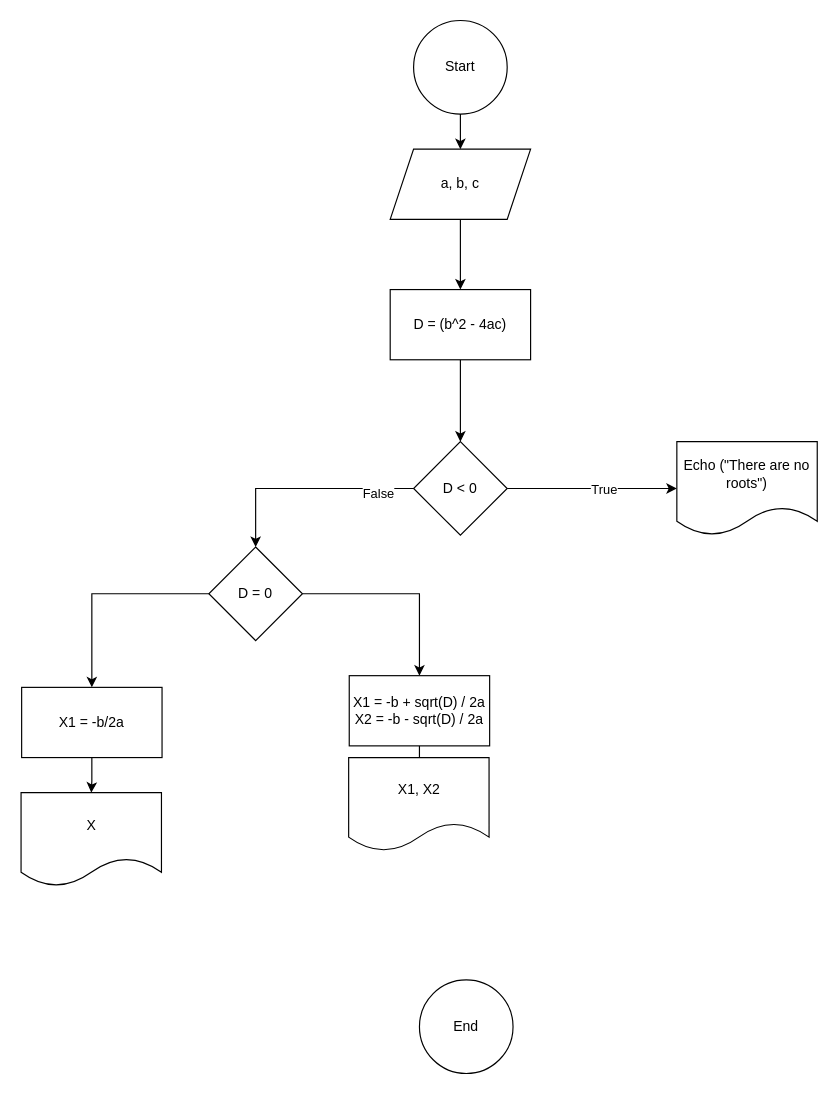
The draw.io diagram 5 Quadratic equation.drawio in uthmanigbin/university-work, before the edit. Source tidied: cells renumbered, new cells numbered last; positions are measured from the earlier drawing's top-left corner, leaving out a move shared by most shapes. Both pictures are drawn from the tidied source at 117%, with x=0, y=0 at pixel (20, 20).
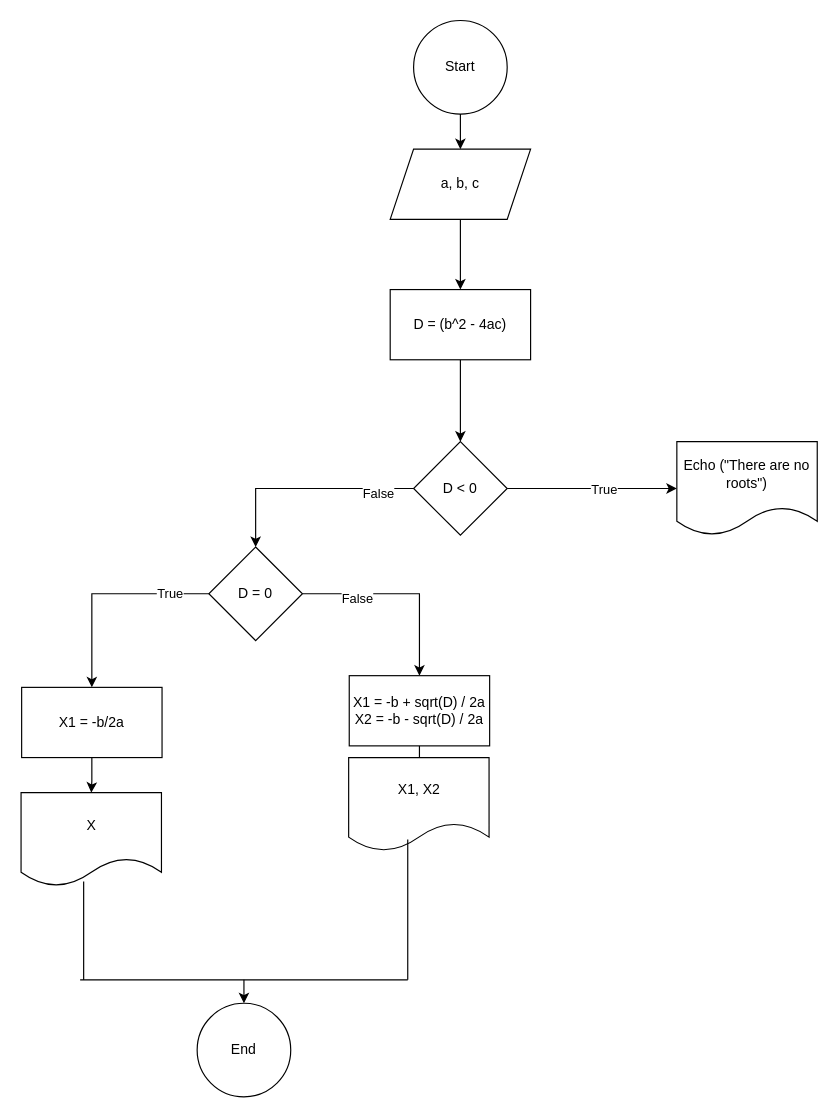
The same diagram, later.

The change refers to these unchanged cells:
```xml
<mxCell id="15" style="edgeStyle=orthogonalEdgeStyle;rounded=0;jettySize=auto;html=1;exitX=0;exitY=0.5;exitDx=0;exitDy=0;" parent="1" edge="1" source="17" target="19">
  <mxGeometry relative="1" as="geometry" />
</mxCell>
<mxCell id="16" style="edgeStyle=orthogonalEdgeStyle;rounded=0;jettySize=auto;html=1;exitX=1;exitY=0.5;exitDx=0;exitDy=0;" parent="1" edge="1" source="17" target="22">
  <mxGeometry relative="1" as="geometry" />
</mxCell>
<mxCell id="20" value="X" style="shape=document;whiteSpace=wrap;html=1;boundedLbl=1;" parent="1" vertex="1">
  <mxGeometry x="0.5" y="660" width="120" height="80" as="geometry" />
</mxCell>
```

Diff of the diagram source:
```diff
@@
     <mxCell id="13" value="End" style="ellipse;whiteSpace=wrap;html=1;" parent="1" vertex="1">
-      <mxGeometry x="341" y="820" width="80" height="80" as="geometry" />
+      <mxGeometry x="151" y="840" width="80" height="80" as="geometry" />
     </mxCell>
@@
+    <mxCell id="24" value="True" style="edgeLabel;html=1;align=center;verticalAlign=middle;" parent="15" vertex="1">
+      <mxGeometry x="-0.62" y="-1" relative="1" as="geometry" />
+    </mxCell>
@@
+    <mxCell id="25" value="False" style="edgeLabel;html=1;align=center;verticalAlign=middle;" parent="16" vertex="1">
+      <mxGeometry x="-0.46" y="-3" relative="1" as="geometry" />
+    </mxCell>
@@
+    <mxCell id="26" style="endArrow=none;html=1;rounded=0;exitX=0.446;exitY=0.95;exitDx=0;exitDy=0;exitPerimeter=0;" parent="1" edge="1" source="20">
+      <mxGeometry relative="1" as="geometry">
+        <mxPoint x="54" y="820" as="targetPoint" />
+      </mxGeometry>
+    </mxCell>
+    <mxCell id="27" style="endArrow=none;html=1;rounded=0;" parent="1" edge="1">
+      <mxGeometry relative="1" as="geometry">
+        <mxPoint x="331" y="700" as="sourcePoint" />
+        <mxPoint x="331" y="820" as="targetPoint" />
+      </mxGeometry>
+    </mxCell>
+    <mxCell id="28" style="endArrow=none;html=1;rounded=0;" parent="1" edge="1">
+      <mxGeometry relative="1" as="geometry">
+        <mxPoint x="51" y="820" as="sourcePoint" />
+        <mxPoint x="331" y="820" as="targetPoint" />
+      </mxGeometry>
+    </mxCell>
+    <mxCell id="29" style="endArrow=classic;html=1;rounded=0;" parent="1" edge="1" target="13">
+      <mxGeometry relative="1" as="geometry">
+        <mxPoint x="191" y="820" as="sourcePoint" />
+      </mxGeometry>
+    </mxCell>
```
